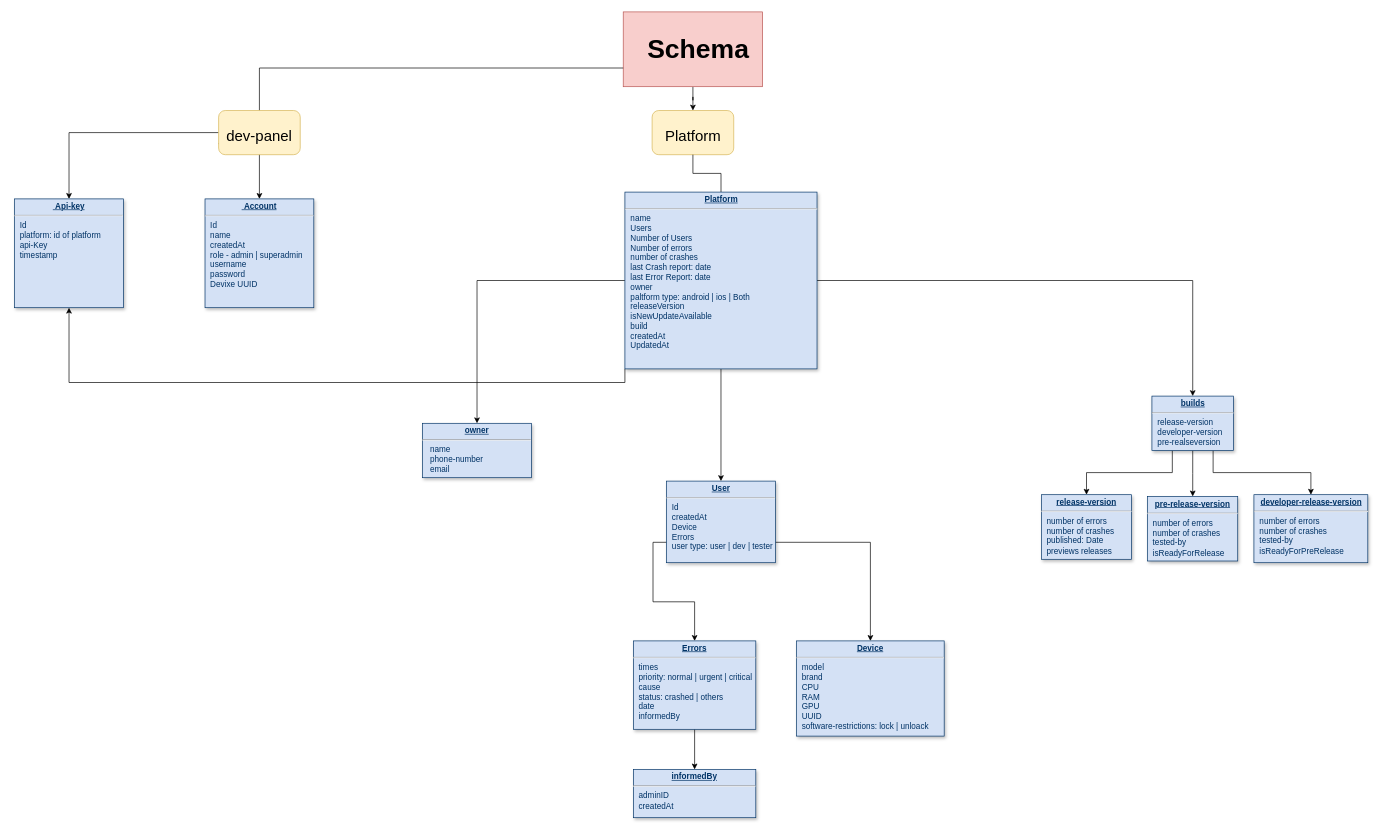
Before: flowchart/App-DB.drawio in ahmadsoran/dev-panel-backend, a draw.io diagram. Source tidied: cells renumbered, new cells numbered last; positions are measured from the earlier drawing's top-left corner, leaving out a move shared by most shapes. Both pictures are drawn from the tidied source at 68%, with x=0, y=0 at pixel (14, 12).
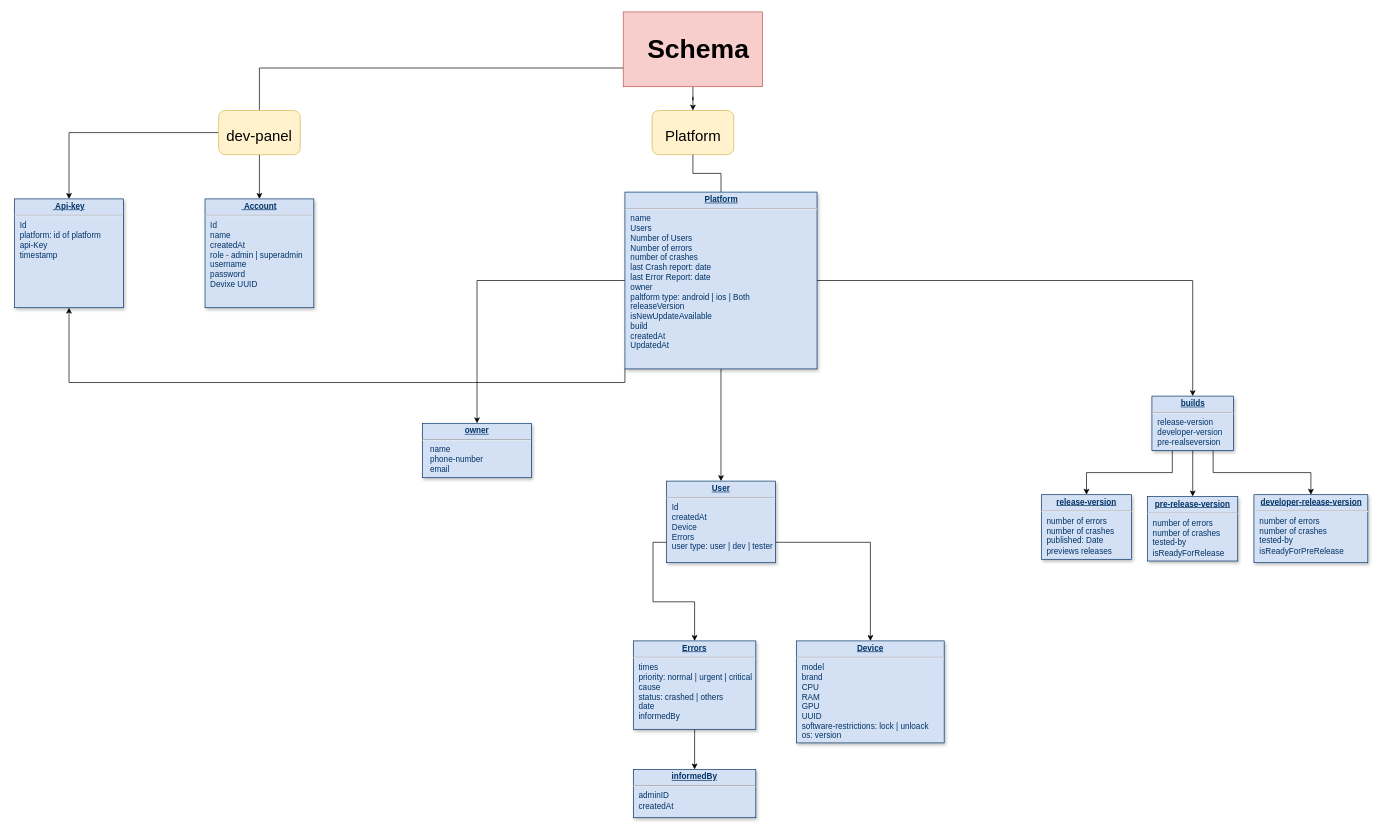
The same page after the edit.

Change to the diagram source:
```diff
@@
-    <mxCell id="7" value="&lt;p style=&quot;margin: 0px; margin-top: 4px; text-align: center; text-decoration: underline;&quot;&gt;&lt;b&gt;Device&lt;/b&gt;&lt;/p&gt;&lt;hr&gt;&lt;p style=&quot;margin: 0px; margin-left: 8px;&quot;&gt;model&lt;/p&gt;&lt;p style=&quot;margin: 0px; margin-left: 8px;&quot;&gt;brand&lt;/p&gt;&lt;p style=&quot;margin: 0px; margin-left: 8px;&quot;&gt;CPU&lt;/p&gt;&lt;p style=&quot;margin: 0px; margin-left: 8px;&quot;&gt;RAM&lt;/p&gt;&lt;p style=&quot;margin: 0px; margin-left: 8px;&quot;&gt;GPU&lt;/p&gt;&lt;p style=&quot;margin: 0px; margin-left: 8px;&quot;&gt;UUID&lt;/p&gt;&lt;p style=&quot;margin: 0px; margin-left: 8px;&quot;&gt;software-restrictions: lock | unloack&lt;/p&gt;&lt;p style=&quot;margin: 0px; margin-left: 8px;&quot;&gt;&lt;br&gt;&lt;/p&gt;&lt;p style=&quot;margin: 0px; margin-left: 8px;&quot;&gt;&lt;br&gt;&lt;/p&gt;&lt;p style=&quot;margin: 0px; margin-left: 8px;&quot;&gt;&amp;nbsp;&lt;/p&gt;" style="verticalAlign=top;align=left;overflow=fill;fontSize=12;fontFamily=Helvetica;html=1;strokeColor=#003366;shadow=1;fillColor=#D4E1F5;fontColor=#003366;" parent="1" vertex="1">
-      <mxGeometry x="1150" y="925" width="217" height="140" as="geometry" />
+    <mxCell id="7" value="&lt;p style=&quot;margin: 0px; margin-top: 4px; text-align: center; text-decoration: underline;&quot;&gt;&lt;b&gt;Device&lt;/b&gt;&lt;/p&gt;&lt;hr&gt;&lt;p style=&quot;margin: 0px; margin-left: 8px;&quot;&gt;model&lt;/p&gt;&lt;p style=&quot;margin: 0px; margin-left: 8px;&quot;&gt;brand&lt;/p&gt;&lt;p style=&quot;margin: 0px; margin-left: 8px;&quot;&gt;CPU&lt;/p&gt;&lt;p style=&quot;margin: 0px; margin-left: 8px;&quot;&gt;RAM&lt;/p&gt;&lt;p style=&quot;margin: 0px; margin-left: 8px;&quot;&gt;GPU&lt;/p&gt;&lt;p style=&quot;margin: 0px; margin-left: 8px;&quot;&gt;UUID&lt;/p&gt;&lt;p style=&quot;margin: 0px; margin-left: 8px;&quot;&gt;software-restrictions: lock | unloack&lt;/p&gt;&lt;p style=&quot;margin: 0px; margin-left: 8px;&quot;&gt;os: version&lt;/p&gt;&lt;p style=&quot;margin: 0px; margin-left: 8px;&quot;&gt;&lt;br&gt;&lt;/p&gt;&lt;p style=&quot;margin: 0px; margin-left: 8px;&quot;&gt;&lt;br&gt;&lt;/p&gt;&lt;p style=&quot;margin: 0px; margin-left: 8px;&quot;&gt;&amp;nbsp;&lt;/p&gt;" style="verticalAlign=top;align=left;overflow=fill;fontSize=12;fontFamily=Helvetica;html=1;strokeColor=#003366;shadow=1;fillColor=#D4E1F5;fontColor=#003366;" parent="1" vertex="1">
+      <mxGeometry x="1150" y="925" width="217" height="150" as="geometry" />
     </mxCell>
```
